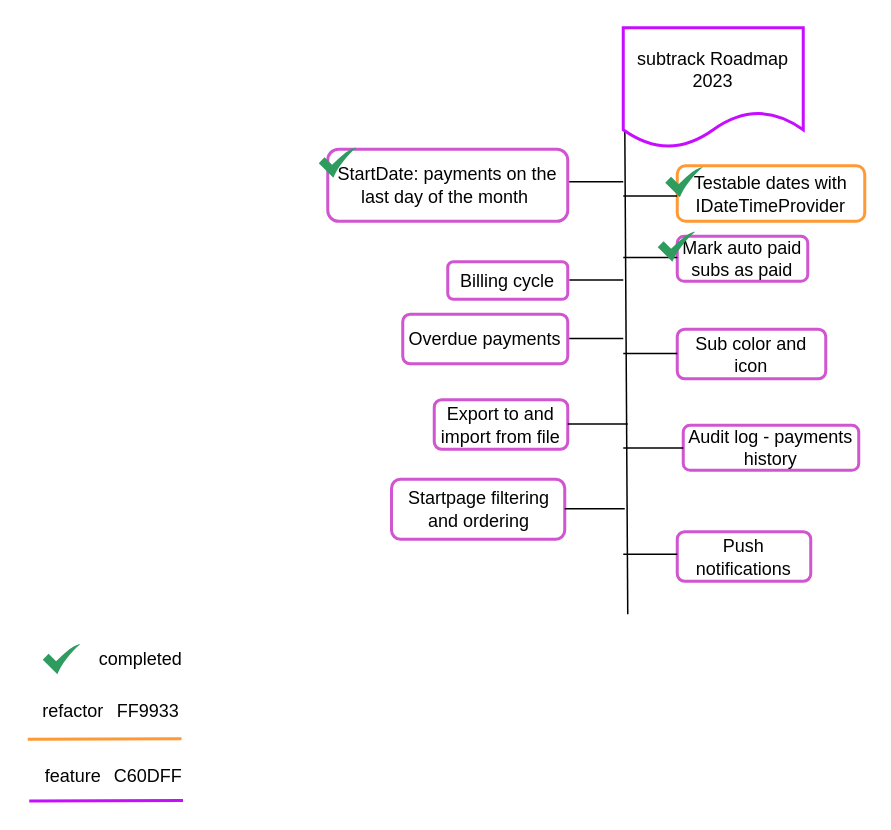
This is docs/roadmap.drawio from Code2Gether-Discord/subtrack, a draw.io file, before an edit. Source tidied: cells renumbered, new cells numbered last; positions are measured from the earlier drawing's top-left corner, leaving out a move shared by most shapes. Both pictures are drawn from the tidied source at 150%, with x=0, y=0 at pixel (27, 27).
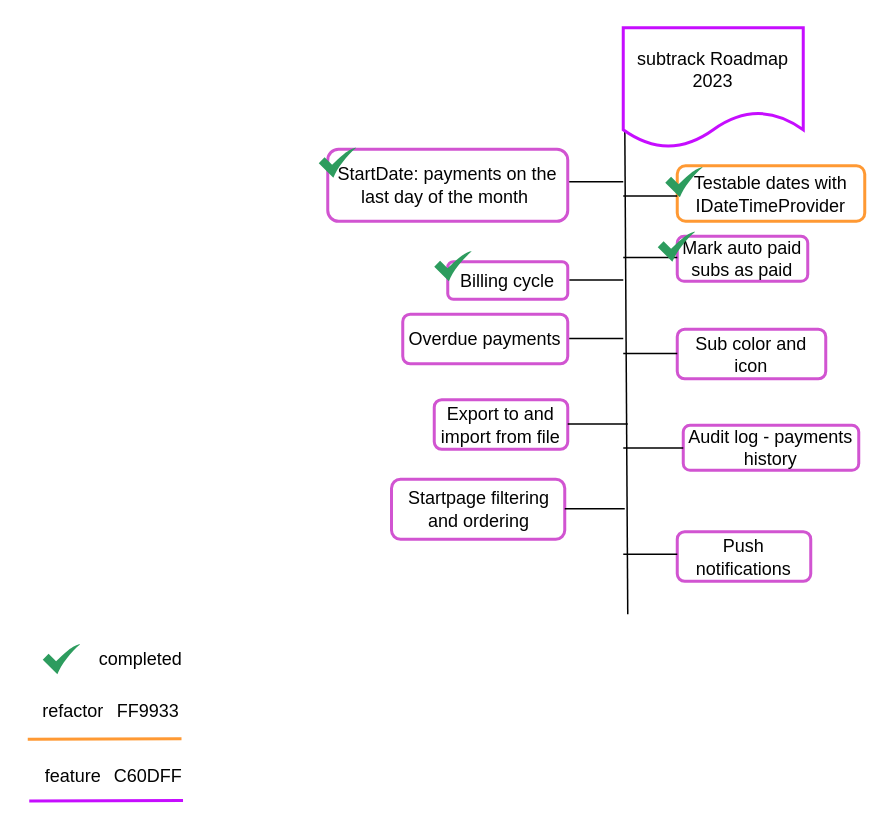
The same page after the edit.

The edit, as a diff of the source:
```diff
@@
+    <mxCell id="35" style="sketch=0;html=1;strokeColor=none;shadow=0;align=center;verticalAlign=top;fillColor=#2D9C5E;shape=mxgraph.gcp2.check;" parent="1" vertex="1">
+      <mxGeometry x="271" y="149" width="25" height="20" as="geometry" />
+    </mxCell>
```
